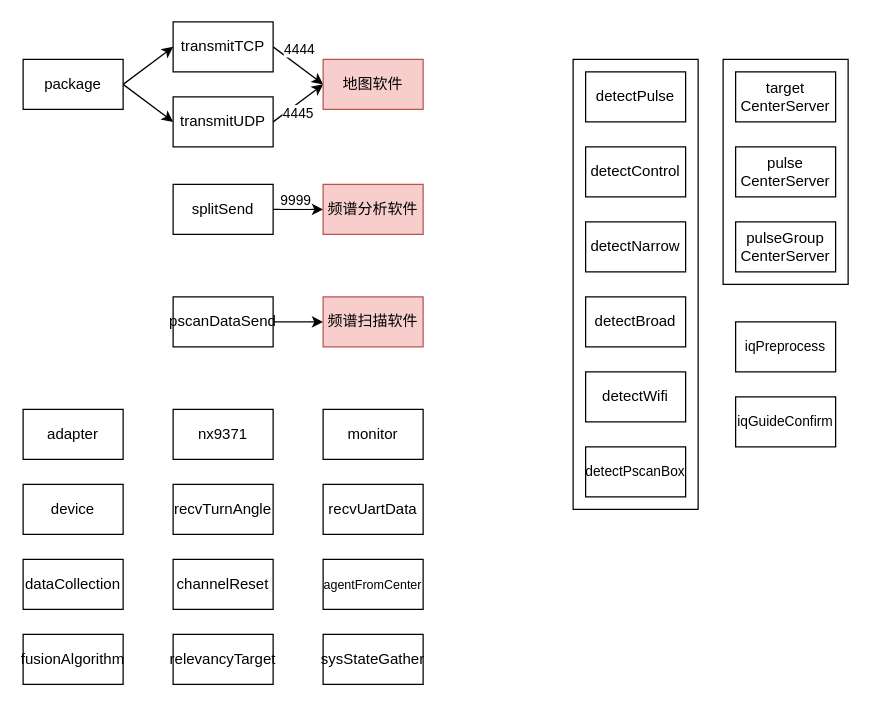
Earlier version of the draw.io diagram 未命名绘图.drawio (cking1019/qt-demo). Source tidied: cells renumbered, new cells numbered last; positions are measured from the earlier drawing's top-left corner, leaving out a move shared by most shapes. Both pictures are drawn from the tidied source at 125%, with x=0, y=0 at pixel (22, 21).
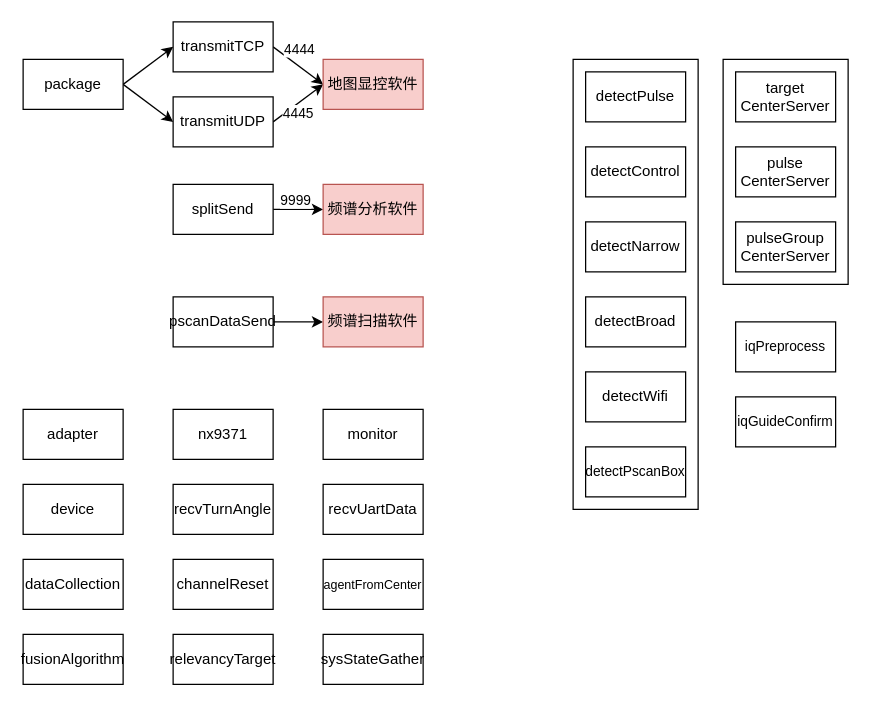
The same diagram, later.

Commit message:
更新未命名绘图.drawio

What changed in the source:
```diff
@@
-    <mxCell id="8" value="地图软件" style="rounded=0;whiteSpace=wrap;html=1;fillColor=#f8cecc;strokeColor=#b85450;" parent="1" vertex="1">
+    <mxCell id="8" value="地图显控软件" style="rounded=0;whiteSpace=wrap;html=1;fillColor=#f8cecc;strokeColor=#b85450;" parent="1" vertex="1">
       <mxGeometry x="240" y="30" width="80" height="40" as="geometry" />
     </mxCell>
```
